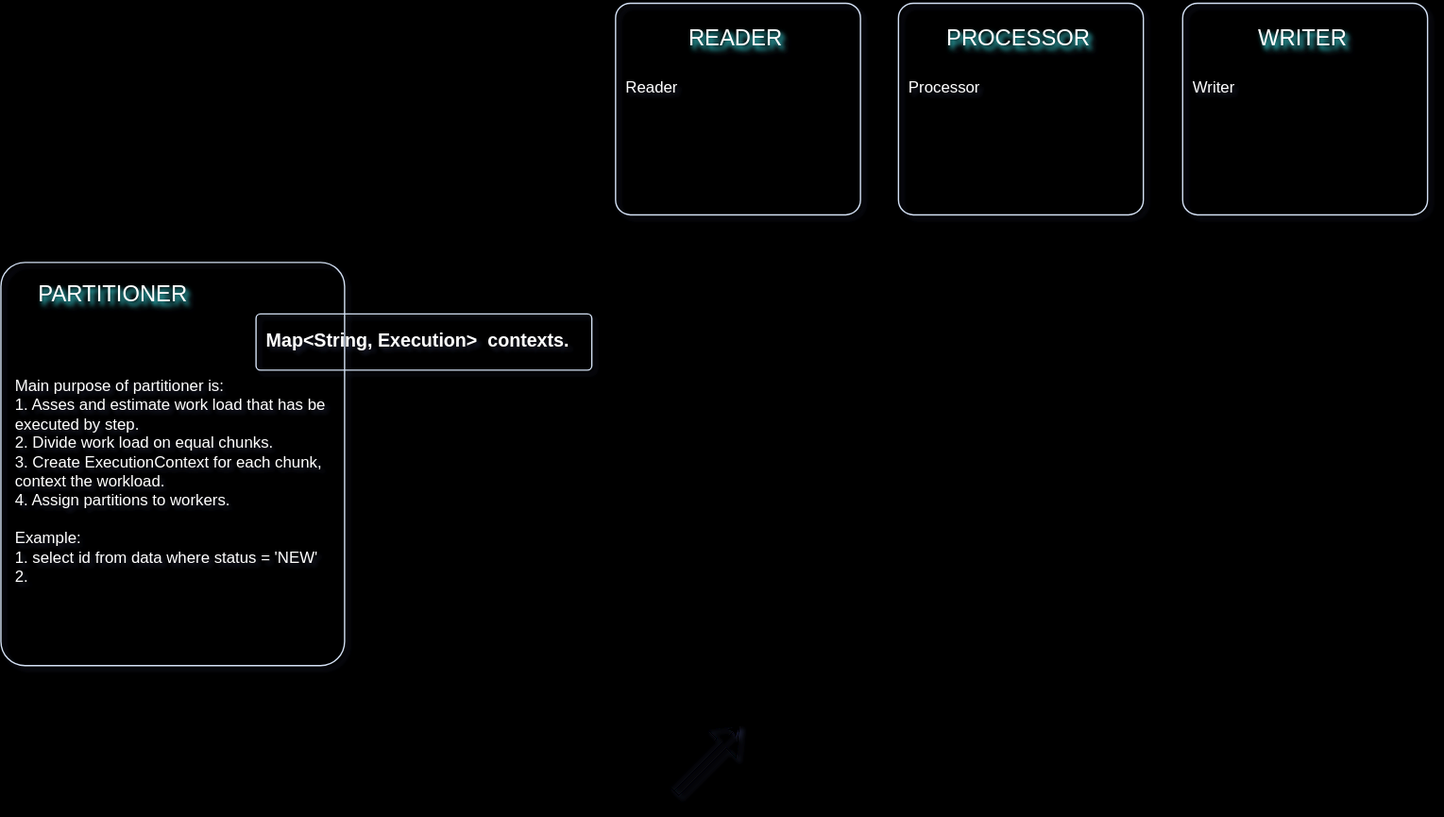
Earlier version of the draw.io export public/images/spring-batch-data-flow.drawio.svg (gsaukov/spring-batch-demo). Source tidied: cells renumbered, new cells last; positions are measured from the earlier drawing's top-left corner, leaving out a move shared by most shapes.
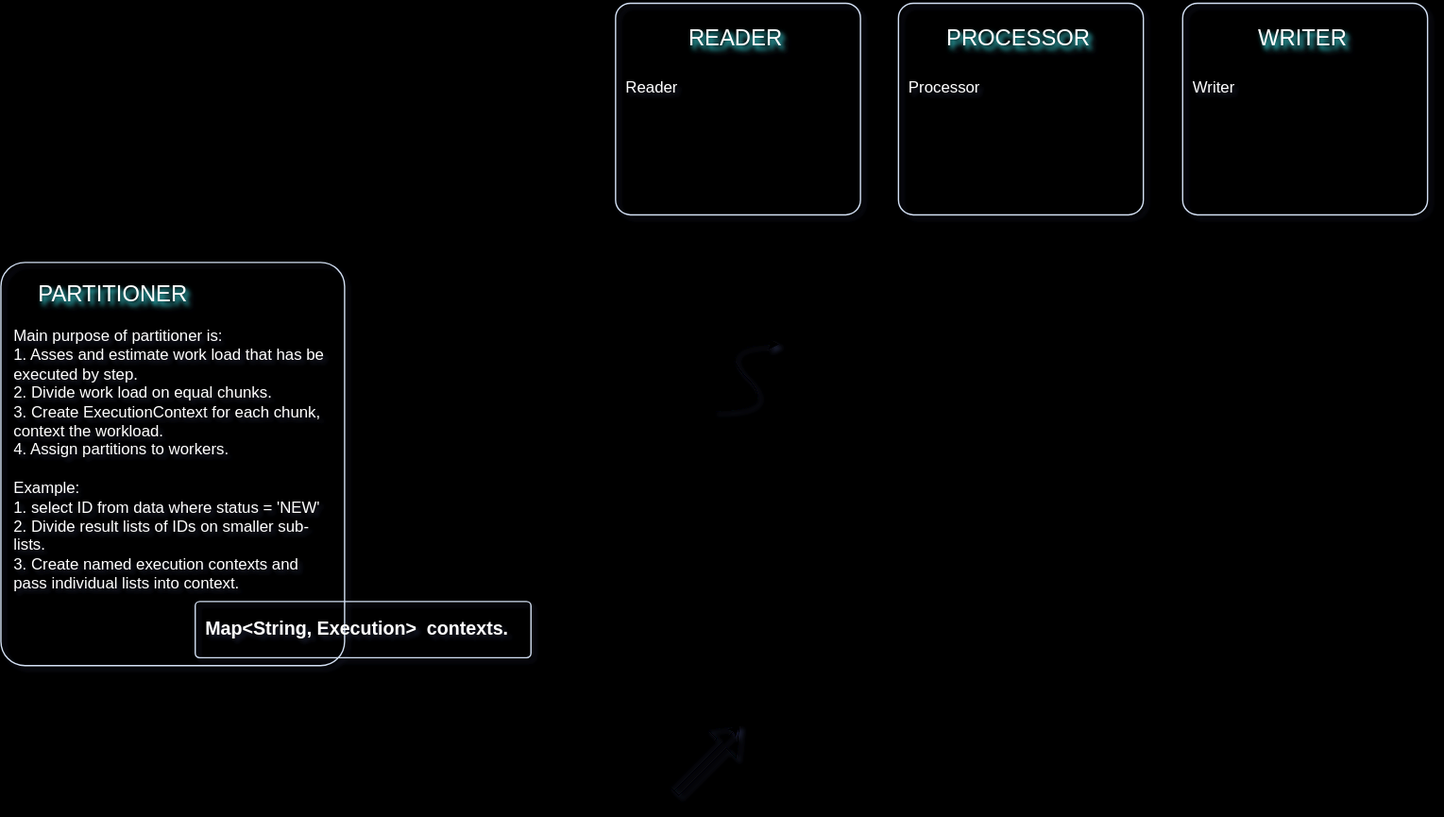
Above is the later version.

Change to the diagram source:
```diff
@@ -8,8 +8,8 @@
     <mxCell id="3" value="PARTITIONER" style="text;html=1;strokeColor=none;fillColor=none;align=center;verticalAlign=middle;whiteSpace=wrap;rounded=0;shadow=1;sketch=0;shadowColor=#33FFFF;textShadow=1;fontColor=#FFFFFF;shadowOpacity=80;fontSize=17;" parent="1" vertex="1">
       <mxGeometry x="30" y="196" width="110" height="50" as="geometry" />
     </mxCell>
-    <mxCell id="4" value="&lt;p style=&quot;margin-top: 0px; margin-bottom: 0px;&quot;&gt;Main purpose of partitioner is:&lt;/p&gt;&lt;p style=&quot;margin-top: 0px; margin-bottom: 0px;&quot;&gt;1. Asses and estimate work load that has be executed by step.&lt;/p&gt;&lt;p style=&quot;margin-top: 0px; margin-bottom: 0px;&quot;&gt;2. Divide work load on equal chunks.&amp;nbsp;&lt;/p&gt;&lt;p style=&quot;margin-top: 0px; margin-bottom: 0px;&quot;&gt;3. Create ExecutionContext for each chunk, context the workload.&lt;/p&gt;&lt;p style=&quot;margin-top: 0px; margin-bottom: 0px;&quot;&gt;4. Assign partitions to workers.&lt;/p&gt;&lt;p style=&quot;margin-top: 0px; margin-bottom: 0px;&quot;&gt;&lt;br&gt;&lt;/p&gt;&lt;p style=&quot;margin-top: 0px; margin-bottom: 0px;&quot;&gt;Example:&amp;nbsp;&lt;/p&gt;&lt;p style=&quot;margin-top: 0px; margin-bottom: 0px;&quot;&gt;1. select id from data where status = 'NEW'&lt;/p&gt;&lt;p style=&quot;margin-top: 0px; margin-bottom: 0px;&quot;&gt;2.&amp;nbsp;&lt;/p&gt;" style="text;html=1;whiteSpace=wrap;overflow=hidden;rounded=0;fontColor=#FFFFFF;spacing=0;" parent="1" vertex="1">
-      <mxGeometry x="11" y="277.5" width="240" height="189.5" as="geometry" />
+    <mxCell id="4" value="&lt;p style=&quot;margin-top: 0px; margin-bottom: 0px;&quot;&gt;Main purpose of partitioner is:&lt;/p&gt;&lt;p style=&quot;margin-top: 0px; margin-bottom: 0px;&quot;&gt;1. Asses and estimate work load that has be executed by step.&lt;/p&gt;&lt;p style=&quot;margin-top: 0px; margin-bottom: 0px;&quot;&gt;2. Divide work load on equal chunks.&amp;nbsp;&lt;/p&gt;&lt;p style=&quot;margin-top: 0px; margin-bottom: 0px;&quot;&gt;3. Create ExecutionContext for each chunk, context the workload.&lt;/p&gt;&lt;p style=&quot;margin-top: 0px; margin-bottom: 0px;&quot;&gt;4. Assign partitions to workers.&lt;/p&gt;&lt;p style=&quot;margin-top: 0px; margin-bottom: 0px;&quot;&gt;&lt;br&gt;&lt;/p&gt;&lt;p style=&quot;margin-top: 0px; margin-bottom: 0px;&quot;&gt;Example:&amp;nbsp;&lt;/p&gt;&lt;p style=&quot;margin-top: 0px; margin-bottom: 0px;&quot;&gt;1. select ID from data where status = 'NEW'&lt;/p&gt;&lt;p style=&quot;margin-top: 0px; margin-bottom: 0px;&quot;&gt;2. Divide result lists of IDs on smaller sub-lists.&lt;/p&gt;&lt;p style=&quot;margin-top: 0px; margin-bottom: 0px;&quot;&gt;3. Create named execution contexts and pass individual lists into context.&lt;/p&gt;" style="text;html=1;whiteSpace=wrap;overflow=hidden;rounded=0;fontColor=#FFFFFF;spacing=0;" parent="1" vertex="1">
+      <mxGeometry x="10" y="240" width="240" height="212.5" as="geometry" />
     </mxCell>
     <mxCell id="5" style="rounded=1;whiteSpace=wrap;html=1;shadow=0;arcSize=7;fillColor=none;glass=0;perimeterSpacing=0;labelBorderColor=none;shadowOffsetX=2;shadowOpacity=80;shadowColor=#33FFFF;strokeColor=#D4E1F5;strokeWidth=1;shadowBlur=1;shadowOffsetY=2;" parent="1" vertex="1">
       <mxGeometry x="465" width="185.3" height="160" as="geometry" />
@@ -50,11 +50,24 @@
         <mxPoint x="559" y="546" as="targetPoint" />
       </mxGeometry>
     </mxCell>
+    <mxCell id="18" style="group;" parent="1" vertex="1">
+      <mxGeometry x="147" y="452.5" width="254" height="43.5" as="geometry" />
+    </mxCell>
-    <mxCell id="16" style="rounded=1;whiteSpace=wrap;html=1;shadow=0;arcSize=8;fillColor=none;glass=0;perimeterSpacing=0;labelBorderColor=none;shadowOffsetX=2;shadowOpacity=80;shadowColor=#33FFFF;strokeColor=#D4E1F5;strokeWidth=1;shadowBlur=1;" parent="1" vertex="1">
-      <mxGeometry x="193" y="235" width="254" height="42.5" as="geometry" />
+    <mxCell id="16" style="rounded=1;whiteSpace=wrap;html=1;shadow=0;arcSize=8;fillColor=none;glass=0;perimeterSpacing=0;labelBorderColor=none;shadowOffsetX=2;shadowOpacity=80;shadowColor=#33FFFF;strokeColor=#D4E1F5;strokeWidth=1;shadowBlur=1;" parent="18" vertex="1">
+      <mxGeometry width="254" height="42.5" as="geometry" />
     </mxCell>
-    <mxCell id="17" value="&lt;h3 style=&quot;margin-top: 0px;&quot;&gt;Map&amp;lt;String, Execution&amp;gt;&amp;nbsp; contexts.&lt;/h3&gt;" style="text;html=1;whiteSpace=wrap;overflow=hidden;rounded=0;fontColor=#FFFFFF;" parent="1" vertex="1">
-      <mxGeometry x="198.5" y="240" width="238.5" height="38.5" as="geometry" />
+    <mxCell id="17" value="&lt;h3 style=&quot;margin-top: 0px;&quot;&gt;Map&amp;lt;String, Execution&amp;gt;&amp;nbsp; contexts.&lt;/h3&gt;" style="text;html=1;whiteSpace=wrap;overflow=hidden;rounded=0;fontColor=#FFFFFF;" parent="18" vertex="1">
+      <mxGeometry x="5.5" y="5" width="238.5" height="38.5" as="geometry" />
     </mxCell>
+    <mxCell id="19" style="curved=1;endArrow=classic;html=1;rounded=0;" parent="1" edge="1">
+      <mxGeometry relative="1" as="geometry">
+        <mxPoint x="539" y="308" as="sourcePoint" />
+        <mxPoint x="589" y="258" as="targetPoint" />
+        <Array as="points">
+          <mxPoint x="589" y="308" />
+          <mxPoint x="539" y="258" />
+        </Array>
+      </mxGeometry>
+    </mxCell>
   </root>
 </mxGraphModel>
```
